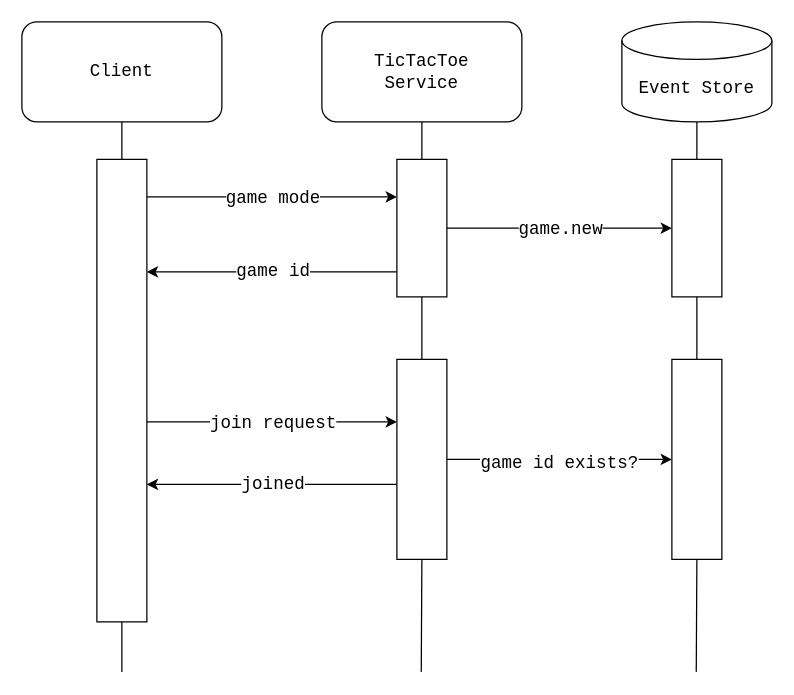
Above: docs/diagrams/games/tictactoe/new_game.drawio in Zaba505/adhoc (draw.io), before the change. Source tidied: cells renumbered, new cells numbered last; positions are measured from the earlier drawing's top-left corner, leaving out a move shared by most shapes. Both pictures are drawn from the tidied source at 125%, with x=0, y=0 at pixel (21, 21).
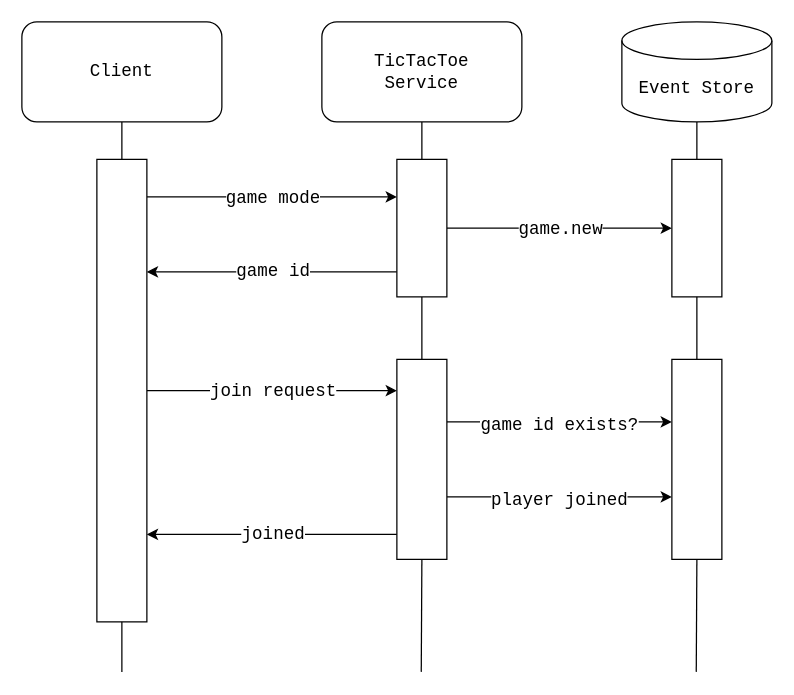
Above is the later version.

Commit message (it also covers changes not shown here):
docs(game/tictactoe): added join game context diagram

The change refers to these unchanged cells:
```xml
<mxCell id="12" style="rounded=0;whiteSpace=wrap;html=1;fontFamily=Courier New;fontSize=14;" parent="1" vertex="1">
  <mxGeometry x="60" y="110" width="40" height="370" as="geometry" />
</mxCell>
<mxCell id="17" style="rounded=0;whiteSpace=wrap;html=1;fontFamily=Courier New;fontSize=14;" parent="1" vertex="1">
  <mxGeometry x="300" y="110" width="40" height="110" as="geometry" />
</mxCell>
<mxCell id="19" style="rounded=0;whiteSpace=wrap;html=1;fontFamily=Courier New;fontSize=14;" parent="1" vertex="1">
  <mxGeometry x="520" y="110" width="40" height="110" as="geometry" />
</mxCell>
<mxCell id="24" style="rounded=0;whiteSpace=wrap;html=1;fontFamily=Courier New;fontSize=14;" parent="1" vertex="1">
  <mxGeometry x="300" y="270" width="40" height="160" as="geometry" />
</mxCell>
<mxCell id="26" style="rounded=0;whiteSpace=wrap;html=1;fontFamily=Courier New;fontSize=14;" parent="1" vertex="1">
  <mxGeometry x="520" y="270" width="40" height="160" as="geometry" />
</mxCell>
```

Change to the diagram source:
```diff
@@
     <mxCell id="10" style="edgeStyle=orthogonalEdgeStyle;curved=1;html=1;fontFamily=Courier New;fontSize=14;" parent="1" edge="1" source="12" target="24">
       <mxGeometry relative="1" as="geometry">
         <Array as="points">
-          <mxPoint x="140" y="320" />
-          <mxPoint x="140" y="320" />
+          <mxPoint x="270" y="295" />
+          <mxPoint x="270" y="295" />
         </Array>
       </mxGeometry>
     </mxCell>
@@
     <mxCell id="13" style="edgeStyle=orthogonalEdgeStyle;curved=1;html=1;fontFamily=Courier New;fontSize=14;" parent="1" edge="1" source="17" target="19">
-      <mxGeometry relative="1" as="geometry" />
+      <mxGeometry relative="1" as="geometry">
+        <Array as="points">
+          <mxPoint x="380" y="165" />
+          <mxPoint x="380" y="165" />
+        </Array>
+      </mxGeometry>
     </mxCell>
@@
     <mxCell id="20" style="edgeStyle=orthogonalEdgeStyle;curved=1;html=1;fontFamily=Courier New;fontSize=14;" parent="1" edge="1" source="24" target="26">
       <mxGeometry relative="1" as="geometry">
         <Array as="points">
-          <mxPoint x="370" y="350" />
-          <mxPoint x="370" y="350" />
+          <mxPoint x="360" y="320" />
+          <mxPoint x="360" y="320" />
         </Array>
       </mxGeometry>
     </mxCell>
@@
     <mxCell id="22" style="edgeStyle=orthogonalEdgeStyle;curved=1;html=1;fontFamily=Courier New;fontSize=14;" parent="1" edge="1" source="24" target="12">
       <mxGeometry relative="1" as="geometry">
         <Array as="points">
-          <mxPoint x="150" y="370" />
-          <mxPoint x="150" y="370" />
+          <mxPoint x="270" y="410" />
+          <mxPoint x="270" y="410" />
         </Array>
       </mxGeometry>
     </mxCell>
@@
+    <mxCell id="28" style="edgeStyle=orthogonalEdgeStyle;html=1;curved=1;" parent="1" edge="1" source="24" target="26">
+      <mxGeometry relative="1" as="geometry">
+        <Array as="points">
+          <mxPoint x="420" y="380" />
+          <mxPoint x="420" y="380" />
+        </Array>
+      </mxGeometry>
+    </mxCell>
+    <mxCell id="29" value="&lt;font face=&quot;Courier New&quot;&gt;&lt;span style=&quot;font-size: 14px&quot;&gt;player joined&lt;/span&gt;&lt;/font&gt;" style="edgeLabel;html=1;align=center;verticalAlign=middle;" parent="28" vertex="1">
+      <mxGeometry x="-0.22" y="-2" relative="1" as="geometry">
+        <mxPoint x="19" as="offset" />
+      </mxGeometry>
+    </mxCell>
```
